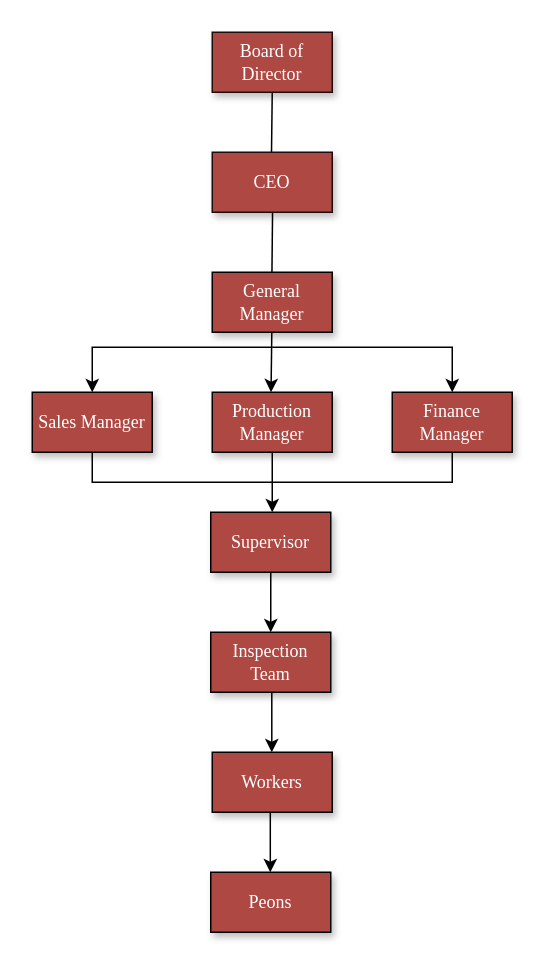
ParthGangani/WPF-Basics keeps this draw.io diagram as Untitled Diagram.drawio. Above is the earlier version. Source tidied: cells renumbered, new cells numbered last; positions are measured from the earlier drawing's top-left corner, leaving out a move shared by most shapes. Both pictures are drawn from the tidied source at 150%, with x=0, y=0 at pixel (32, 32).
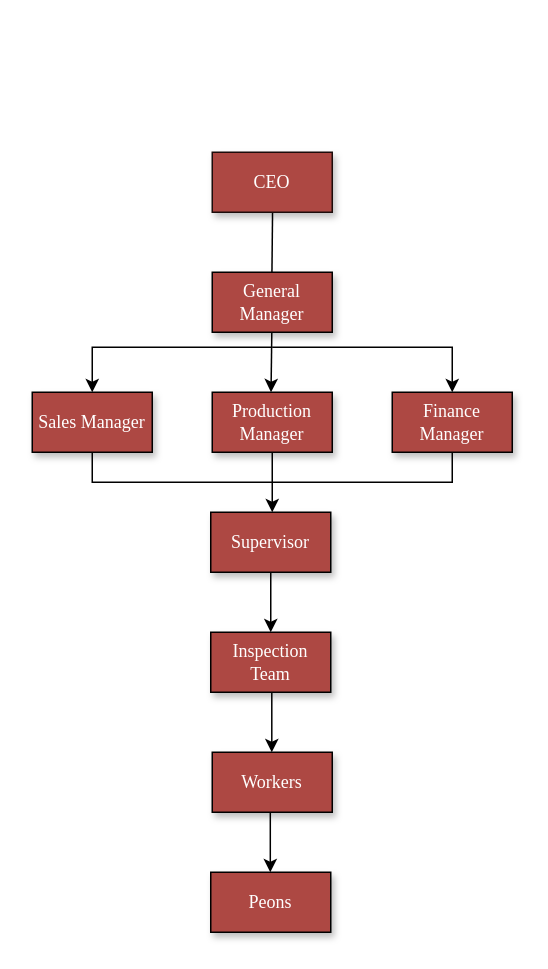
The same page after the edit.

Diff of the diagram source:
```diff
@@
-    <mxCell id="2" value="Board of Director" style="rounded=0;whiteSpace=wrap;html=1;fillColor=#ad4843;strokeColor=#1F0D0C;fontColor=#FFFFFF;shadow=1;fontFamily=Times New Roman;fontSize=12;" parent="1" vertex="1">
-      <mxGeometry x="120" width="80" height="40" as="geometry" />
-    </mxCell>
@@
-    <mxCell id="9" style="endArrow=none;html=1;rounded=0;exitX=0.5;exitY=1;exitDx=0;exitDy=0;entryX=0.5;entryY=0;entryDx=0;entryDy=0;" parent="1" edge="1" source="2">
-      <mxGeometry relative="1" as="geometry">
-        <mxPoint x="159.5" y="80" as="targetPoint" />
-      </mxGeometry>
-    </mxCell>
```
